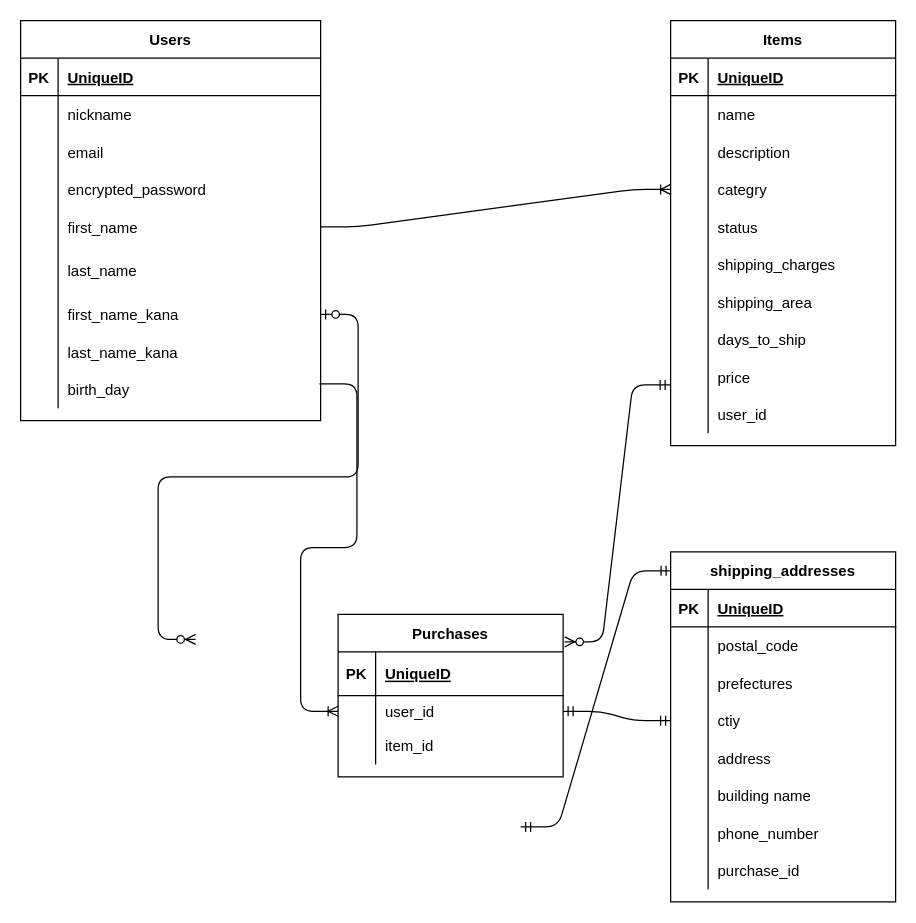
Before: furima.dio in kandanaoki/furima-35832, a draw.io diagram. Source tidied: cells renumbered, new cells numbered last; positions are measured from the earlier drawing's top-left corner, leaving out a move shared by most shapes. Both pictures are drawn from the tidied source at 125%, with x=0, y=0 at pixel (20, 20).
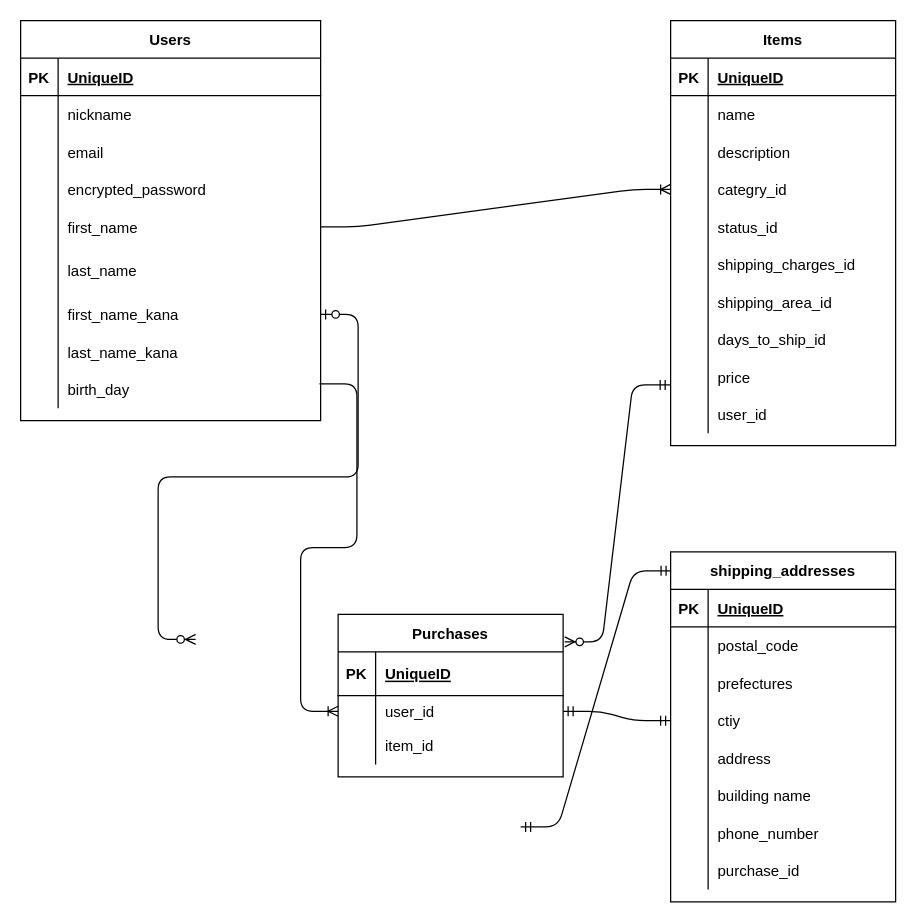
Above is the later version.

Commit message (it also covers changes not shown here):
データベースの設計/Active Hashに関する修正

Unchanged cells that the change refers to:
```xml
<mxCell id="12" style="shape=partialRectangle;fillColor=none;top=0;left=0;bottom=0;right=0;points=[[0,0.5],[1,0.5]];portConstraint=eastwest;" parent="2" vertex="1">
  <mxGeometry y="120" width="180" height="30" as="geometry" />
</mxCell>
<mxCell id="15" style="shape=partialRectangle;fillColor=none;top=0;left=0;bottom=0;right=0;" parent="2" vertex="1">
  <mxGeometry y="150" width="180" height="30" as="geometry" />
</mxCell>
<mxCell id="18" style="shape=partialRectangle;fillColor=none;top=0;left=0;bottom=0;right=0;" parent="2" vertex="1">
  <mxGeometry y="180" width="180" height="30" as="geometry" />
</mxCell>
<mxCell id="21" style="shape=partialRectangle;fillColor=none;top=0;left=0;bottom=0;right=0;" parent="2" vertex="1">
  <mxGeometry y="210" width="180" height="30" as="geometry" />
</mxCell>
<mxCell id="24" style="shape=partialRectangle;fillColor=none;top=0;left=0;bottom=0;right=0;" parent="2" vertex="1">
  <mxGeometry y="240" width="180" height="30" as="geometry" />
</mxCell>
```

Change to the diagram source:
```diff
@@
-    <mxCell id="14" value="categry" style="shape=partialRectangle;fillColor=none;top=0;left=0;bottom=0;right=0;align=left;spacingLeft=6;overflow=hidden;" parent="12" vertex="1">
+    <mxCell id="14" value="categry_id" style="shape=partialRectangle;fillColor=none;top=0;left=0;bottom=0;right=0;align=left;spacingLeft=6;overflow=hidden;" parent="12" vertex="1">
       <mxGeometry x="30" width="150" height="30" as="geometry" />
     </mxCell>
@@
-    <mxCell id="17" value="status" style="shape=partialRectangle;fillColor=none;top=0;left=0;bottom=0;right=0;align=left;spacingLeft=6;overflow=hidden;" parent="15" vertex="1">
+    <mxCell id="17" value="status_id" style="shape=partialRectangle;fillColor=none;top=0;left=0;bottom=0;right=0;align=left;spacingLeft=6;overflow=hidden;" parent="15" vertex="1">
       <mxGeometry x="30" width="150" height="30" as="geometry" />
     </mxCell>
@@
-    <mxCell id="20" value="shipping_charges" style="shape=partialRectangle;fillColor=none;top=0;left=0;bottom=0;right=0;align=left;spacingLeft=6;overflow=hidden;" parent="18" vertex="1">
+    <mxCell id="20" value="shipping_charges_id" style="shape=partialRectangle;fillColor=none;top=0;left=0;bottom=0;right=0;align=left;spacingLeft=6;overflow=hidden;" parent="18" vertex="1">
       <mxGeometry x="30" width="150" height="30" as="geometry" />
     </mxCell>
@@
-    <mxCell id="23" value="shipping_area" style="shape=partialRectangle;fillColor=none;top=0;left=0;bottom=0;right=0;align=left;spacingLeft=6;overflow=hidden;" parent="21" vertex="1">
+    <mxCell id="23" value="shipping_area_id" style="shape=partialRectangle;fillColor=none;top=0;left=0;bottom=0;right=0;align=left;spacingLeft=6;overflow=hidden;" parent="21" vertex="1">
       <mxGeometry x="30" width="150" height="30" as="geometry" />
     </mxCell>
@@
-    <mxCell id="26" value="days_to_ship" style="shape=partialRectangle;fillColor=none;top=0;left=0;bottom=0;right=0;align=left;spacingLeft=6;overflow=hidden;" parent="24" vertex="1">
+    <mxCell id="26" value="days_to_ship_id" style="shape=partialRectangle;fillColor=none;top=0;left=0;bottom=0;right=0;align=left;spacingLeft=6;overflow=hidden;" parent="24" vertex="1">
       <mxGeometry x="30" width="150" height="30" as="geometry" />
     </mxCell>
```
